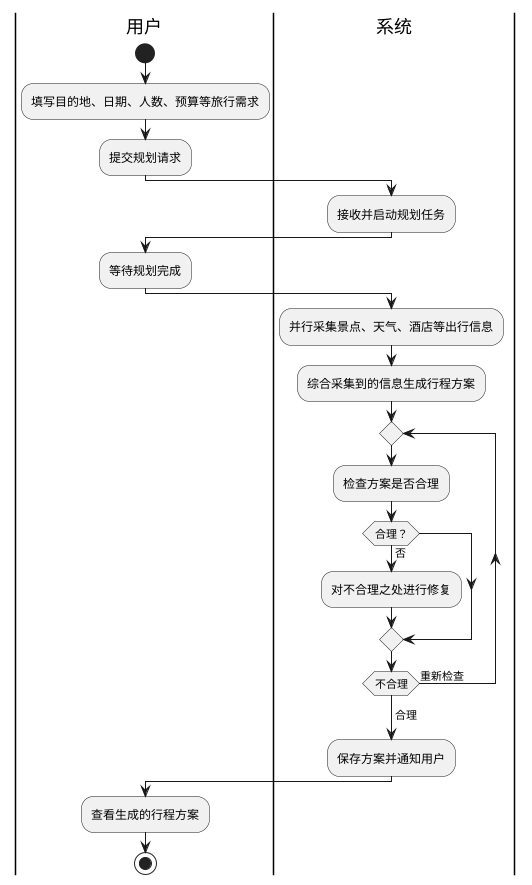
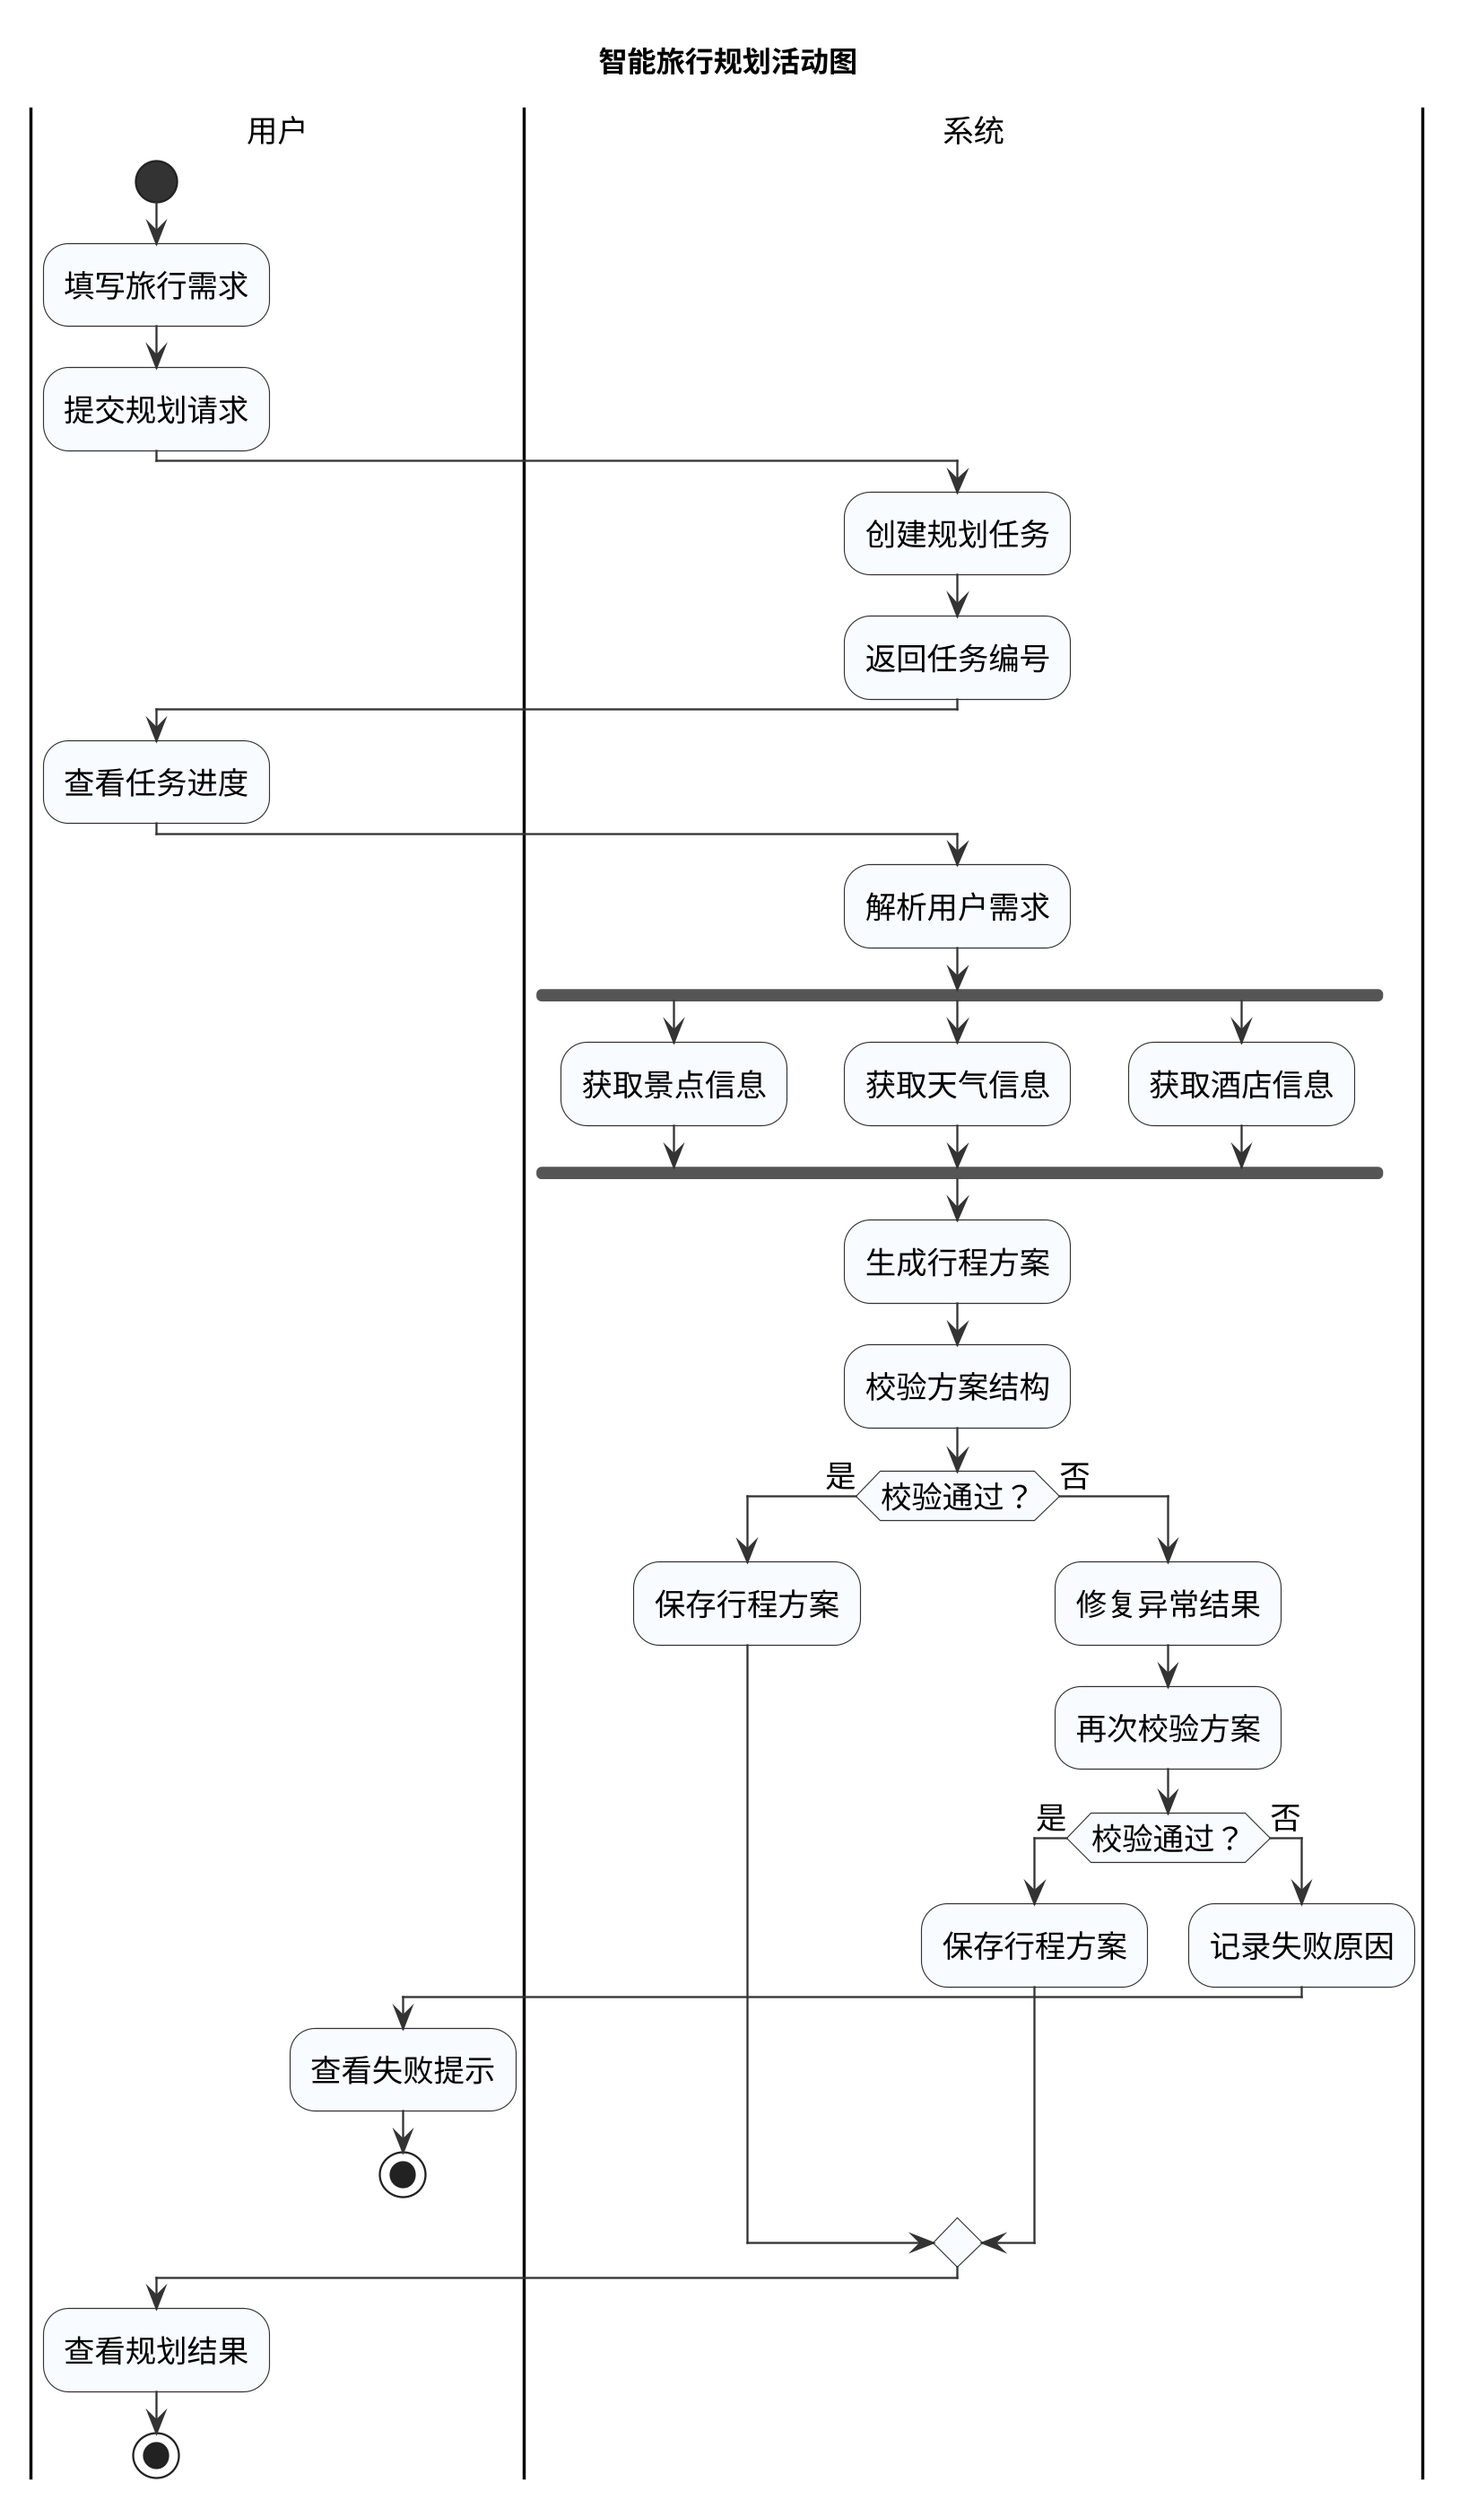
@startuml 图2-4_智能旅行规划活动图
+ 
+ skinparam dpi 220
+ skinparam shadowing false
+ skinparam defaultFontName Microsoft YaHei
+ skinparam defaultFontSize 15
+ skinparam activityFontSize 15
+ skinparam activityDiamondFontSize 15
+ skinparam activityStartColor #333333
+ skinparam activityEndColor #333333
+ skinparam activityBorderColor #333333
+ skinparam activityBackgroundColor #F8FBFF
+ skinparam partitionBorderColor #333333
+ skinparam partitionBackgroundColor #FFFFFF
+ skinparam arrowColor #333333
+ 
+ title 智能旅行规划活动图
+ 
|用户|
start
- :填写目的地、日期、人数、预算等旅行需求;
+ :填写旅行需求;
:提交规划请求;

|系统|
- :接收并启动规划任务;
+ :创建规划任务;
+ :返回任务编号;

|用户|
- :等待规划完成;
+ :查看任务进度;

|系统|
- :并行采集景点、天气、酒店等出行信息;
- :综合采集到的信息生成行程方案;
+ :解析用户需求;
+ fork
+   :获取景点信息;
+ fork again
+   :获取天气信息;
+ fork again
+   :获取酒店信息;
+ end fork

- repeat
-   :检查方案是否合理;
-   if (合理？) then (否)
-     :对不合理之处进行修复;
+ :生成行程方案;
+ :校验方案结构;
+ 
+ if (校验通过？) then (是)
+   :保存行程方案;
+ else (否)
+   :修复异常结果;
+   :再次校验方案;
+   if (校验通过？) then (是)
+     :保存行程方案;
+   else (否)
+     :记录失败原因;
+     |用户|
+     :查看失败提示;
+     stop
  endif
- repeat while (不合理) is (重新检查)
- ->合理;
- 
- :保存方案并通知用户;
+ endif

|用户|
- :查看生成的行程方案;
+ :查看规划结果;

stop
@enduml
